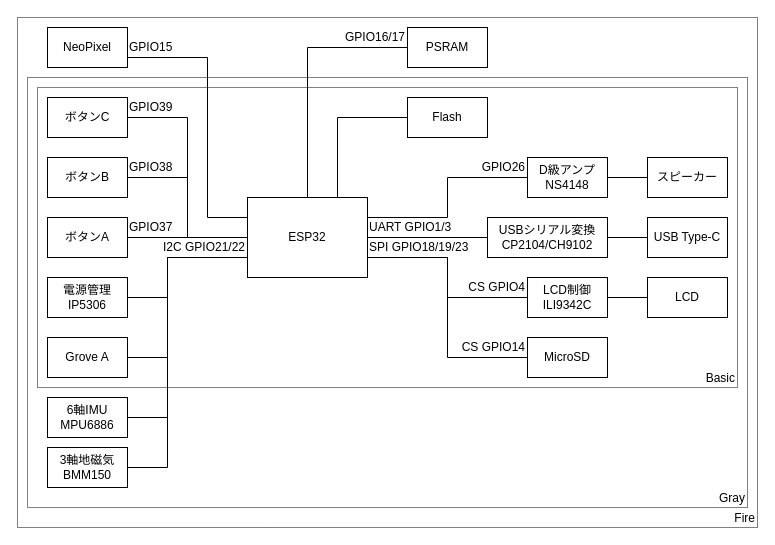
nnm-t/electric-event-name-tag-book keeps this draw.io diagram as page "M5Stack" (2 of 4) of images/esp32-architecture.drawio. Above is the earlier version. Source tidied: cells renumbered, new cells numbered last; positions are measured from the earlier drawing's top-left corner, leaving out a move shared by most shapes. Both pictures are drawn from the tidied source at 100%, with x=0, y=0 at pixel (17, 17).
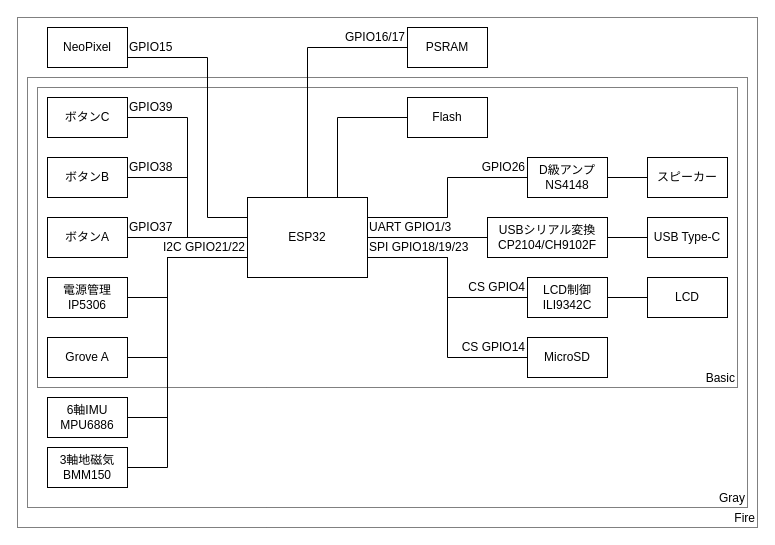
The same page after the edit.

The edit, as a diff of the source:
```diff
@@
-    <mxCell id="21" value="USBシリアル変換&lt;br&gt;CP2104/CH9102" style="rounded=0;whiteSpace=wrap;html=1;" parent="1" vertex="1">
+    <mxCell id="21" value="USBシリアル変換&lt;br&gt;CP2104/CH9102F" style="rounded=0;whiteSpace=wrap;html=1;" parent="1" vertex="1">
       <mxGeometry x="470" y="200" width="120" height="40" as="geometry" />
     </mxCell>
```
